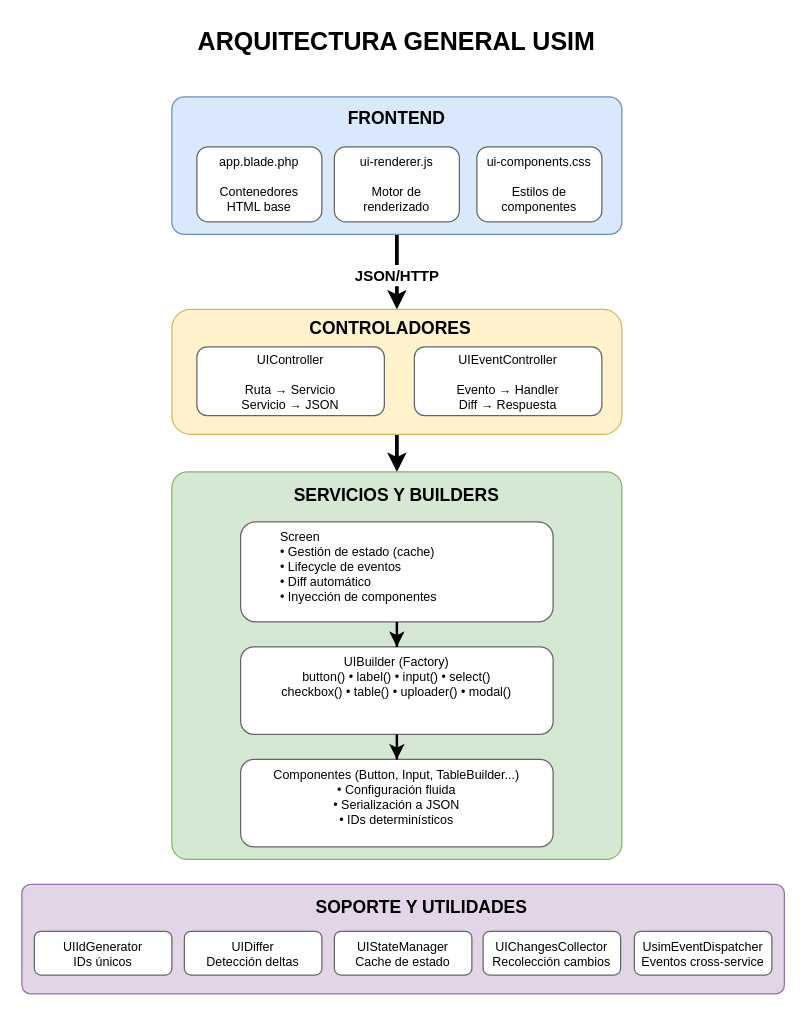
Before: page "2. Arquitectura General" (2 of 4) of docs/framework/USIM_DIAGRAMS.drawio in idei/usim-framework, a draw.io diagram. Source tidied: cells renumbered, new cells numbered last; positions are measured from the earlier drawing's top-left corner, leaving out a move shared by most shapes. Both pictures are drawn from the tidied source at 125%, with x=0, y=0 at pixel (21, 21).
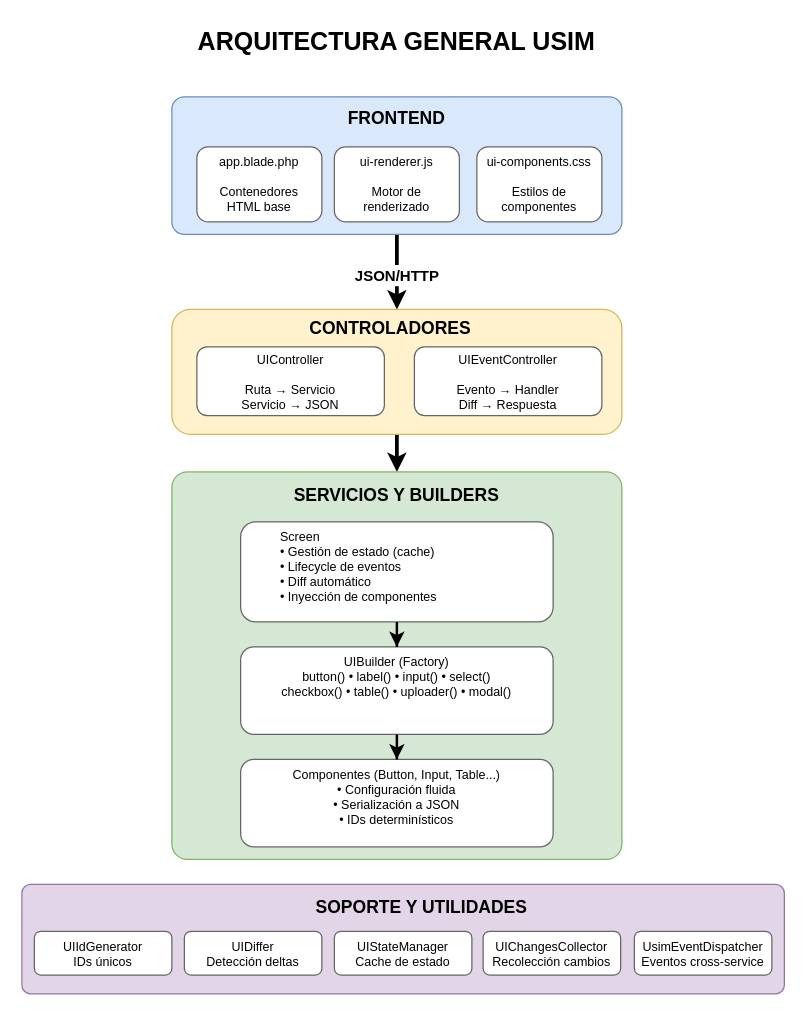
The same page after the edit.

The change refers to these unchanged cells:
```xml
<mxCell id="16" style="group;" parent="1" vertex="1">
  <mxGeometry x="120" y="360" width="360" height="310" as="geometry" />
</mxCell>
```

What changed in the source:
```diff
@@
-    <mxCell id="21" value="Componentes (Button, Input, TableBuilder...)&#10;• Configuración fluida&#10;• Serialización a JSON&#10;• IDs determinísticos" style="rounded=1;whiteSpace=wrap;html=1;fillColor=#ffffff;strokeColor=#666666;align=center;fontSize=10;spacingTop=0;spacingBottom=10;verticalAlign=top;" parent="16" vertex="1">
+    <mxCell id="21" value="Componentes (Button, Input, Table...)&#10;• Configuración fluida&#10;• Serialización a JSON&#10;• IDs determinísticos" style="rounded=1;whiteSpace=wrap;html=1;fillColor=#ffffff;strokeColor=#666666;align=center;fontSize=10;spacingTop=0;spacingBottom=10;verticalAlign=top;" parent="16" vertex="1">
       <mxGeometry x="55" y="230" width="250" height="70" as="geometry" />
     </mxCell>
```
